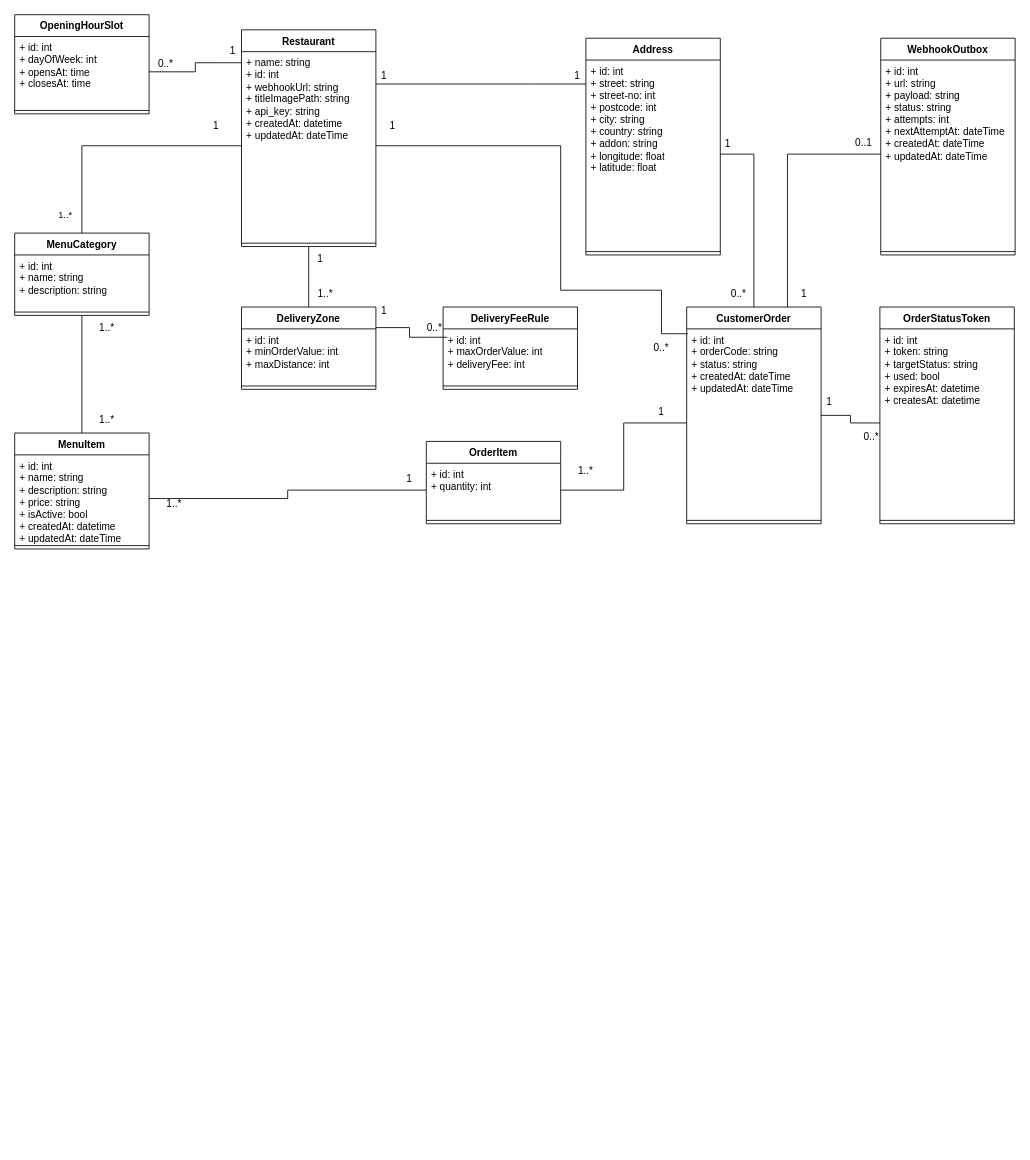
Above: docs/UML-Diagramm_db.drawio in merlibird/bite-project (draw.io), before the change. Source tidied: cells renumbered, new cells numbered last; positions are measured from the earlier drawing's top-left corner, leaving out a move shared by most shapes. Both pictures are drawn from the tidied source at 84%, with x=0, y=0 at pixel (14, 14).
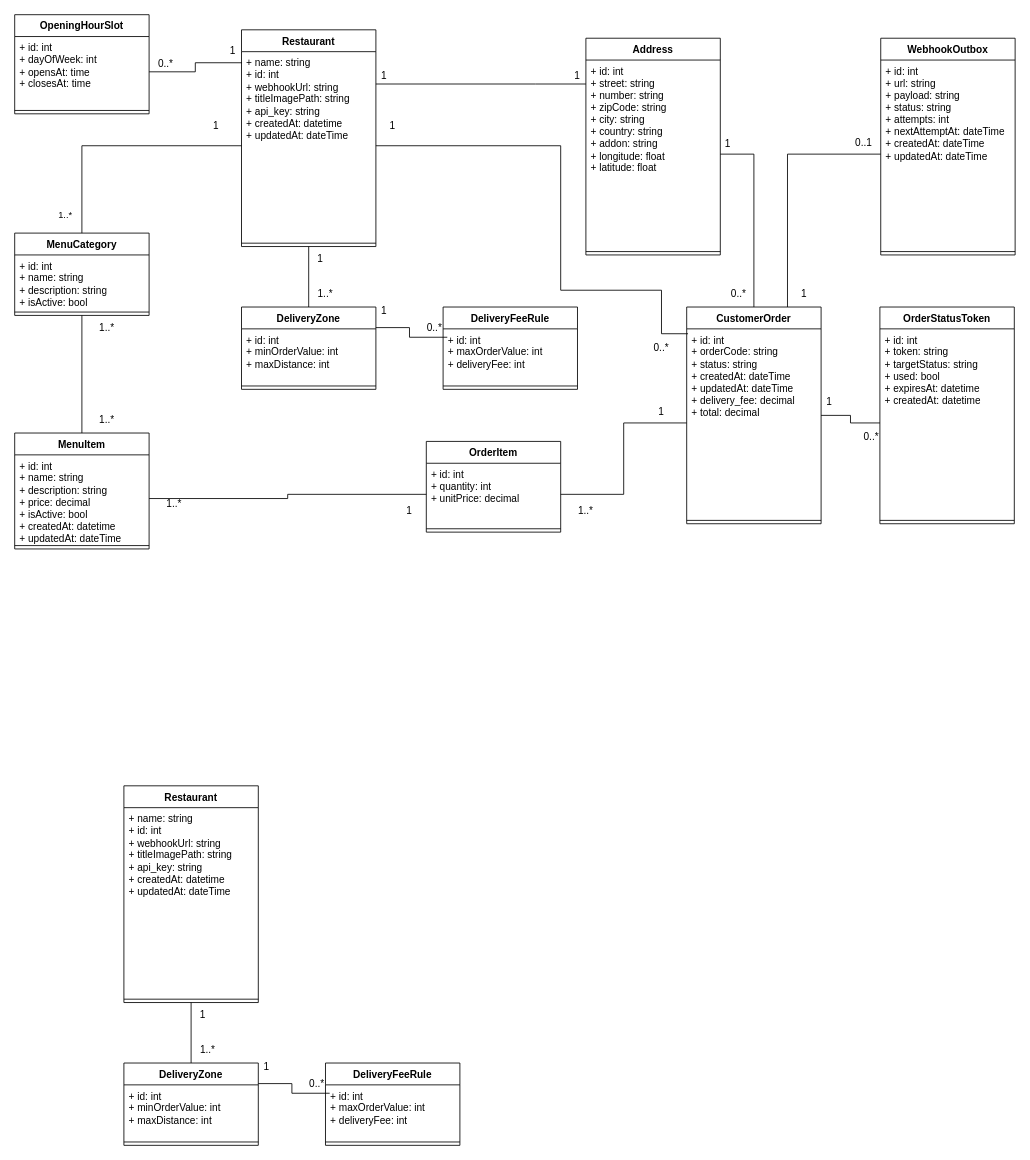
After the change.

Unchanged cells that the change refers to:
```xml
<mxCell id="22" value="MenuCategory" style="swimlane;fontStyle=1;align=center;verticalAlign=top;horizontal=1;startSize=26;whiteSpace=wrap;html=1;" parent="1" vertex="1">
  <mxGeometry y="260" width="160" height="98" as="geometry" />
</mxCell>
<mxCell id="26" value="MenuItem" style="swimlane;fontStyle=1;align=center;verticalAlign=top;horizontal=1;startSize=26;whiteSpace=wrap;html=1;" parent="1" vertex="1">
  <mxGeometry y="498" width="160" height="138" as="geometry" />
</mxCell>
<mxCell id="32" value="Address" style="swimlane;fontStyle=1;align=center;verticalAlign=top;horizontal=1;startSize=26;whiteSpace=wrap;html=1;" parent="1" vertex="1">
  <mxGeometry x="680" y="28" width="160" height="258" as="geometry" />
</mxCell>
<mxCell id="39" value="CustomerOrder" style="swimlane;fontStyle=1;align=center;verticalAlign=top;horizontal=1;startSize=26;whiteSpace=wrap;html=1;" parent="1" vertex="1">
  <mxGeometry x="800" y="348" width="160" height="258" as="geometry" />
</mxCell>
<mxCell id="57" value="OrderStatusToken" style="swimlane;fontStyle=1;align=center;verticalAlign=top;horizontal=1;startSize=26;whiteSpace=wrap;html=1;" parent="1" vertex="1">
  <mxGeometry x="1030" y="348" width="160" height="258" as="geometry" />
</mxCell>
```

Change to the diagram source:
```diff
@@
-    <mxCell id="23" value="+ id: int&lt;div&gt;+ name: string&lt;/div&gt;&lt;div&gt;+ description: string&lt;/div&gt;" style="text;strokeColor=none;fillColor=none;align=left;verticalAlign=top;spacingLeft=4;spacingRight=4;overflow=hidden;whiteSpace=wrap;html=1;" parent="22" vertex="1">
+    <mxCell id="23" value="+ id: int&lt;div&gt;+ name: string&lt;/div&gt;&lt;div&gt;+ description: string&lt;/div&gt;&lt;div&gt;+ isActive: bool&lt;/div&gt;" style="text;strokeColor=none;fillColor=none;align=left;verticalAlign=top;spacingLeft=4;spacingRight=4;overflow=hidden;whiteSpace=wrap;html=1;" parent="22" vertex="1">
       <mxGeometry y="26" width="160" height="64" as="geometry" />
     </mxCell>
@@
-    <mxCell id="27" value="+ id: int&lt;div&gt;+ name: string&lt;/div&gt;&lt;div&gt;+ description: string&lt;/div&gt;&lt;div&gt;+ price: string&lt;/div&gt;&lt;div&gt;+ isActive: bool&lt;/div&gt;&lt;div&gt;+ createdAt: datetime&lt;/div&gt;&lt;div&gt;+ updatedAt: dateTime&lt;/div&gt;" style="text;strokeColor=none;fillColor=none;align=left;verticalAlign=top;spacingLeft=4;spacingRight=4;overflow=hidden;points=[[0,0.5],[1,0.5]];portConstraint=eastwest;whiteSpace=wrap;html=1;" parent="26" vertex="1">
+    <mxCell id="27" value="+ id: int&lt;div&gt;+ name: string&lt;/div&gt;&lt;div&gt;+ description: string&lt;/div&gt;&lt;div&gt;+ price: decimal&lt;/div&gt;&lt;div&gt;+ isActive: bool&lt;/div&gt;&lt;div&gt;+ createdAt: datetime&lt;/div&gt;&lt;div&gt;+ updatedAt: dateTime&lt;/div&gt;" style="text;strokeColor=none;fillColor=none;align=left;verticalAlign=top;spacingLeft=4;spacingRight=4;overflow=hidden;points=[[0,0.5],[1,0.5]];portConstraint=eastwest;whiteSpace=wrap;html=1;" parent="26" vertex="1">
       <mxGeometry y="26" width="160" height="104" as="geometry" />
     </mxCell>
@@
-    <mxCell id="33" value="&lt;div&gt;+ id: int&lt;br&gt;&lt;div&gt;+ street: string&lt;/div&gt;&lt;div&gt;+ street-no: int&lt;/div&gt;&lt;div&gt;+ postcode: int&lt;/div&gt;&lt;div&gt;+ city: string&lt;/div&gt;&lt;div&gt;+ country: string&lt;/div&gt;&lt;div&gt;+ addon: string&lt;/div&gt;&lt;div&gt;+ longitude: float&lt;/div&gt;&lt;div&gt;+ latitude: float&amp;nbsp;&lt;/div&gt;&lt;/div&gt;" style="text;strokeColor=none;fillColor=none;align=left;verticalAlign=top;spacingLeft=4;spacingRight=4;overflow=hidden;points=[[0,0.5],[1,0.5]];portConstraint=eastwest;whiteSpace=wrap;html=1;" parent="32" vertex="1">
+    <mxCell id="33" value="&lt;div&gt;+ id: int&lt;br&gt;&lt;div&gt;+ street: string&lt;/div&gt;&lt;div&gt;+ number: string&lt;/div&gt;&lt;div&gt;+ zipCode: string&lt;/div&gt;&lt;div&gt;+ city: string&lt;/div&gt;&lt;div&gt;+ country: string&lt;/div&gt;&lt;div&gt;+ addon: string&lt;/div&gt;&lt;div&gt;+ longitude: float&lt;/div&gt;&lt;div&gt;+ latitude: float&amp;nbsp;&lt;/div&gt;&lt;/div&gt;" style="text;strokeColor=none;fillColor=none;align=left;verticalAlign=top;spacingLeft=4;spacingRight=4;overflow=hidden;points=[[0,0.5],[1,0.5]];portConstraint=eastwest;whiteSpace=wrap;html=1;" parent="32" vertex="1">
       <mxGeometry y="26" width="160" height="224" as="geometry" />
     </mxCell>
@@
-    <mxCell id="40" value="+ id: int&lt;div&gt;+ orderCode: string&lt;br&gt;&lt;div&gt;+ status: string&lt;/div&gt;&lt;div&gt;+ createdAt: dateTime&lt;/div&gt;&lt;/div&gt;&lt;div&gt;+ updatedAt: dateTime&lt;/div&gt;" style="text;strokeColor=none;fillColor=none;align=left;verticalAlign=top;spacingLeft=4;spacingRight=4;overflow=hidden;points=[[0,0.5],[1,0.5]];portConstraint=eastwest;whiteSpace=wrap;html=1;" parent="39" vertex="1">
+    <mxCell id="40" value="+ id: int&lt;div&gt;&lt;div&gt;+ orderCode: string&lt;br&gt;&lt;div&gt;+ status: string&lt;/div&gt;&lt;div&gt;+ createdAt: dateTime&lt;/div&gt;&lt;/div&gt;&lt;div&gt;+ updatedAt: dateTime&lt;/div&gt;&lt;/div&gt;&lt;div&gt;&lt;div&gt;+ delivery_fee: decimal&lt;/div&gt;&lt;div&gt;+ total: decimal&lt;/div&gt;&lt;div&gt;&lt;br&gt;&lt;/div&gt;&lt;/div&gt;" style="text;strokeColor=none;fillColor=none;align=left;verticalAlign=top;spacingLeft=4;spacingRight=4;overflow=hidden;points=[[0,0.5],[1,0.5]];portConstraint=eastwest;whiteSpace=wrap;html=1;" parent="39" vertex="1">
       <mxGeometry y="26" width="160" height="224" as="geometry" />
     </mxCell>
@@
     <mxCell id="50" value="OrderItem" style="swimlane;fontStyle=1;align=center;verticalAlign=top;horizontal=1;startSize=26;whiteSpace=wrap;html=1;" parent="1" vertex="1">
-      <mxGeometry x="490" y="508" width="160" height="98" as="geometry" />
+      <mxGeometry x="490" y="508" width="160" height="108" as="geometry" />
     </mxCell>
-    <mxCell id="51" value="+ id: int&lt;div&gt;+ quantity: int&lt;span style=&quot;background-color: transparent; color: light-dark(rgb(0, 0, 0), rgb(255, 255, 255)); white-space: pre;&quot;&gt;&#9;&lt;/span&gt;&lt;/div&gt;" style="text;strokeColor=none;fillColor=none;align=left;verticalAlign=top;spacingLeft=4;spacingRight=4;overflow=hidden;points=[[0,0.5],[1,0.5]];portConstraint=eastwest;whiteSpace=wrap;html=1;" parent="50" vertex="1">
-      <mxGeometry y="26" width="160" height="64" as="geometry" />
+    <mxCell id="51" value="+ id: int&lt;div&gt;+ quantity: int&lt;span style=&quot;background-color: transparent; color: light-dark(rgb(0, 0, 0), rgb(255, 255, 255)); white-space: pre;&quot;&gt;&#9;&lt;/span&gt;&lt;/div&gt;&lt;div&gt;+ unitPrice: decimal&lt;/div&gt;" style="text;strokeColor=none;fillColor=none;align=left;verticalAlign=top;spacingLeft=4;spacingRight=4;overflow=hidden;points=[[0,0.5],[1,0.5]];portConstraint=eastwest;whiteSpace=wrap;html=1;" parent="50" vertex="1">
+      <mxGeometry y="26" width="160" height="74" as="geometry" />
     </mxCell>
     <mxCell id="52" style="line;strokeWidth=1;fillColor=none;align=left;verticalAlign=middle;spacingTop=-1;spacingLeft=3;spacingRight=3;labelPosition=right;strokeColor=inherit;" parent="50" vertex="1">
-      <mxGeometry y="90" width="160" height="8" as="geometry" />
+      <mxGeometry y="100" width="160" height="8" as="geometry" />
     </mxCell>
@@
     <mxCell id="55" value="1..*" style="text;html=1;whiteSpace=wrap;strokeColor=none;fillColor=none;align=center;verticalAlign=middle;rounded=0;" parent="1" vertex="1">
-      <mxGeometry x="650" y="528" width="60" height="30" as="geometry" />
+      <mxGeometry x="650" y="576" width="60" height="30" as="geometry" />
     </mxCell>
     <mxCell id="56" value="1" style="text;html=1;whiteSpace=wrap;strokeColor=none;fillColor=none;align=center;verticalAlign=middle;rounded=0;" parent="1" vertex="1">
-      <mxGeometry x="440" y="538" width="60" height="30" as="geometry" />
+      <mxGeometry x="440" y="576" width="60" height="30" as="geometry" />
     </mxCell>
@@
-    <mxCell id="58" value="+ id: int&lt;br&gt;&lt;div&gt;+ token: string&lt;/div&gt;&lt;div&gt;+ targetStatus: string&amp;nbsp;&lt;/div&gt;&lt;div&gt;+ used: bool&lt;/div&gt;&lt;div&gt;+ expiresAt: datetime&lt;/div&gt;&lt;div&gt;+ createsAt: datetime&lt;/div&gt;" style="text;strokeColor=none;fillColor=none;align=left;verticalAlign=top;spacingLeft=4;spacingRight=4;overflow=hidden;points=[[0,0.5],[1,0.5]];portConstraint=eastwest;whiteSpace=wrap;html=1;" parent="57" vertex="1">
+    <mxCell id="58" value="+ id: int&lt;br&gt;&lt;div&gt;+ token: string&lt;/div&gt;&lt;div&gt;+ targetStatus: string&amp;nbsp;&lt;/div&gt;&lt;div&gt;+ used: bool&lt;/div&gt;&lt;div&gt;+ expiresAt: datetime&lt;/div&gt;&lt;div&gt;+ createdAt: datetime&lt;/div&gt;" style="text;strokeColor=none;fillColor=none;align=left;verticalAlign=top;spacingLeft=4;spacingRight=4;overflow=hidden;points=[[0,0.5],[1,0.5]];portConstraint=eastwest;whiteSpace=wrap;html=1;" parent="57" vertex="1">
       <mxGeometry y="26" width="160" height="224" as="geometry" />
     </mxCell>
@@
+    <mxCell id="70" style="group;" parent="1" vertex="1">
+      <mxGeometry x="130" y="918" width="400" height="428" as="geometry" />
+    </mxCell>
+    <mxCell id="71" value="Restaurant" style="swimlane;fontStyle=1;align=center;verticalAlign=top;horizontal=1;startSize=26;whiteSpace=wrap;html=1;" parent="70" vertex="1">
+      <mxGeometry width="160" height="258" as="geometry" />
+    </mxCell>
+    <mxCell id="72" value="+ name: string&lt;div&gt;+ id: int&lt;div&gt;&lt;span style=&quot;background-color: transparent; color: light-dark(rgb(0, 0, 0), rgb(255, 255, 255));&quot;&gt;+ webhookUrl: string&lt;/span&gt;&lt;/div&gt;&lt;/div&gt;&lt;div&gt;+ titleImagePath: string&lt;/div&gt;&lt;div&gt;+ api_key: string&lt;/div&gt;&lt;div&gt;+ createdAt: datetime&lt;/div&gt;&lt;div&gt;+ updatedAt: dateTime&lt;/div&gt;" style="text;strokeColor=none;fillColor=none;align=left;verticalAlign=top;spacingLeft=4;spacingRight=4;overflow=hidden;whiteSpace=wrap;html=1;" parent="71" vertex="1">
+      <mxGeometry y="26" width="160" height="224" as="geometry" />
+    </mxCell>
+    <mxCell id="73" style="line;strokeWidth=1;fillColor=none;align=left;verticalAlign=middle;spacingTop=-1;spacingLeft=3;spacingRight=3;labelPosition=right;strokeColor=inherit;" parent="71" vertex="1">
+      <mxGeometry y="250" width="160" height="8" as="geometry" />
+    </mxCell>
+    <mxCell id="74" style="edgeStyle=orthogonalEdgeStyle;rounded=0;jettySize=auto;html=1;exitX=0.5;exitY=0;exitDx=0;exitDy=0;entryX=0.5;entryY=1;entryDx=0;entryDy=0;endArrow=none;endFill=0;" parent="70" edge="1" source="75" target="71">
+      <mxGeometry relative="1" as="geometry" />
+    </mxCell>
+    <mxCell id="75" value="DeliveryZone" style="swimlane;fontStyle=1;align=center;verticalAlign=top;horizontal=1;startSize=26;whiteSpace=wrap;html=1;" parent="70" vertex="1">
+      <mxGeometry y="330" width="160" height="98" as="geometry" />
+    </mxCell>
+    <mxCell id="76" value="+ id: int&lt;div&gt;+ minOrderValue: int&amp;nbsp;&lt;/div&gt;&lt;div&gt;+ maxDistance: int&lt;/div&gt;" style="text;strokeColor=none;fillColor=none;align=left;verticalAlign=top;spacingLeft=4;spacingRight=4;overflow=hidden;whiteSpace=wrap;html=1;" parent="75" vertex="1">
+      <mxGeometry y="26" width="160" height="64" as="geometry" />
+    </mxCell>
+    <mxCell id="77" style="line;strokeWidth=1;fillColor=none;align=left;verticalAlign=middle;spacingTop=-1;spacingLeft=3;spacingRight=3;labelPosition=right;strokeColor=inherit;" parent="75" vertex="1">
+      <mxGeometry y="90" width="160" height="8" as="geometry" />
+    </mxCell>
+    <mxCell id="78" value="DeliveryFeeRule" style="swimlane;fontStyle=1;align=center;verticalAlign=top;horizontal=1;startSize=26;whiteSpace=wrap;html=1;" parent="70" vertex="1">
+      <mxGeometry x="240" y="330" width="160" height="98" as="geometry" />
+    </mxCell>
+    <mxCell id="79" value="&lt;div&gt;+ id: int&lt;/div&gt;&lt;div&gt;+ maxOrderValue: int&lt;/div&gt;&lt;div&gt;+ deliveryFee: int&lt;/div&gt;" style="text;strokeColor=none;fillColor=none;align=left;verticalAlign=top;spacingLeft=4;spacingRight=4;overflow=hidden;points=[[0,0.5],[1,0.5]];portConstraint=eastwest;whiteSpace=wrap;html=1;" parent="78" vertex="1">
+      <mxGeometry y="26" width="160" height="64" as="geometry" />
+    </mxCell>
+    <mxCell id="80" style="line;strokeWidth=1;fillColor=none;align=left;verticalAlign=middle;spacingTop=-1;spacingLeft=3;spacingRight=3;labelPosition=right;strokeColor=inherit;" parent="78" vertex="1">
+      <mxGeometry y="90" width="160" height="8" as="geometry" />
+    </mxCell>
+    <mxCell id="81" style="edgeStyle=orthogonalEdgeStyle;rounded=0;jettySize=auto;html=1;exitX=1;exitY=0.25;exitDx=0;exitDy=0;entryX=0.031;entryY=0.156;entryDx=0;entryDy=0;entryPerimeter=0;endArrow=none;endFill=0;" parent="70" edge="1" source="75" target="79">
+      <mxGeometry relative="1" as="geometry" />
+    </mxCell>
+    <mxCell id="82" value="0..*" style="text;html=1;whiteSpace=wrap;strokeColor=none;fillColor=none;align=center;verticalAlign=middle;rounded=0;" parent="70" vertex="1">
+      <mxGeometry x="200" y="340" width="60" height="30" as="geometry" />
+    </mxCell>
+    <mxCell id="83" value="1" style="text;html=1;whiteSpace=wrap;strokeColor=none;fillColor=none;align=center;verticalAlign=middle;rounded=0;" parent="70" vertex="1">
+      <mxGeometry x="140" y="320" width="60" height="30" as="geometry" />
+    </mxCell>
+    <mxCell id="84" value="1..*" style="text;html=1;whiteSpace=wrap;strokeColor=none;fillColor=none;align=center;verticalAlign=middle;rounded=0;" parent="70" vertex="1">
+      <mxGeometry x="70" y="300" width="60" height="30" as="geometry" />
+    </mxCell>
+    <mxCell id="85" value="1" style="text;html=1;whiteSpace=wrap;strokeColor=none;fillColor=none;align=center;verticalAlign=middle;rounded=0;" parent="70" vertex="1">
+      <mxGeometry x="64" y="258" width="60" height="30" as="geometry" />
+    </mxCell>
```
